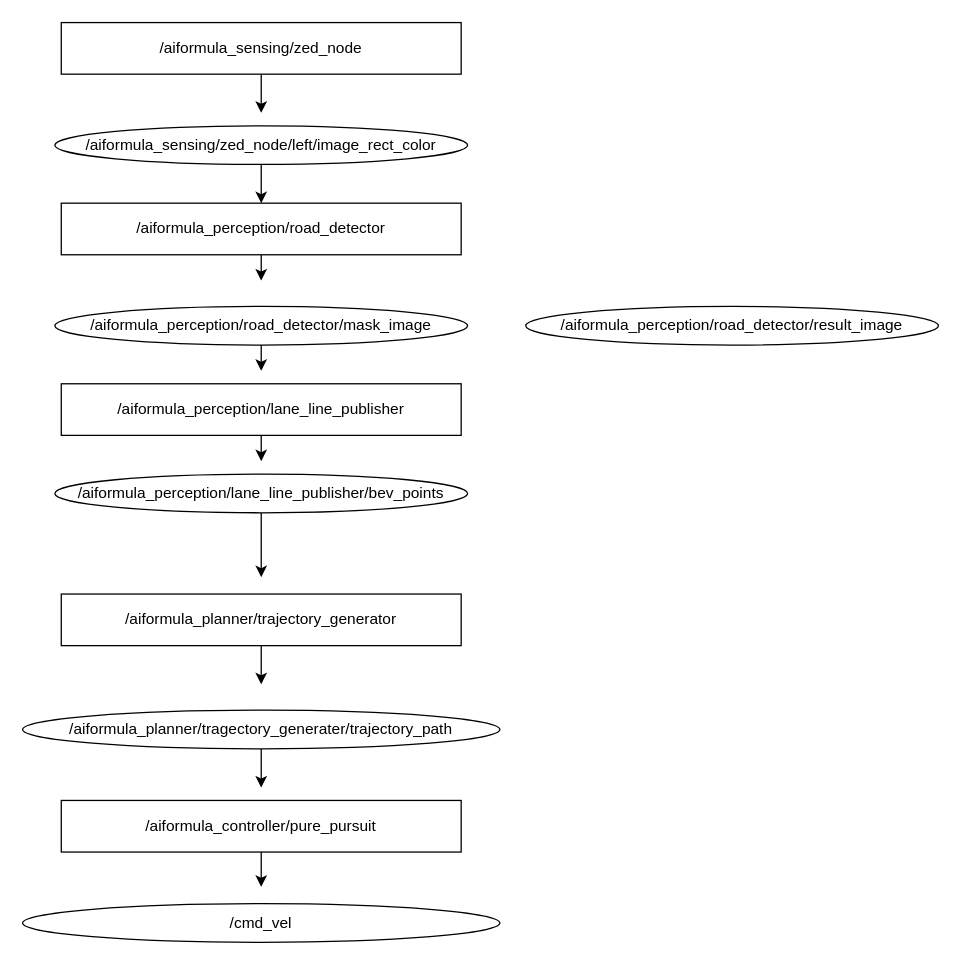
This is documents/system_architecture.drawio from aiformula-support/aiformula_common, a draw.io file, before an edit. Source tidied: cells renumbered, new cells numbered last; positions are measured from the earlier drawing's top-left corner, leaving out a move shared by most shapes. Both pictures are drawn from the tidied source at 129%, with x=0, y=0 at pixel (22, 22).
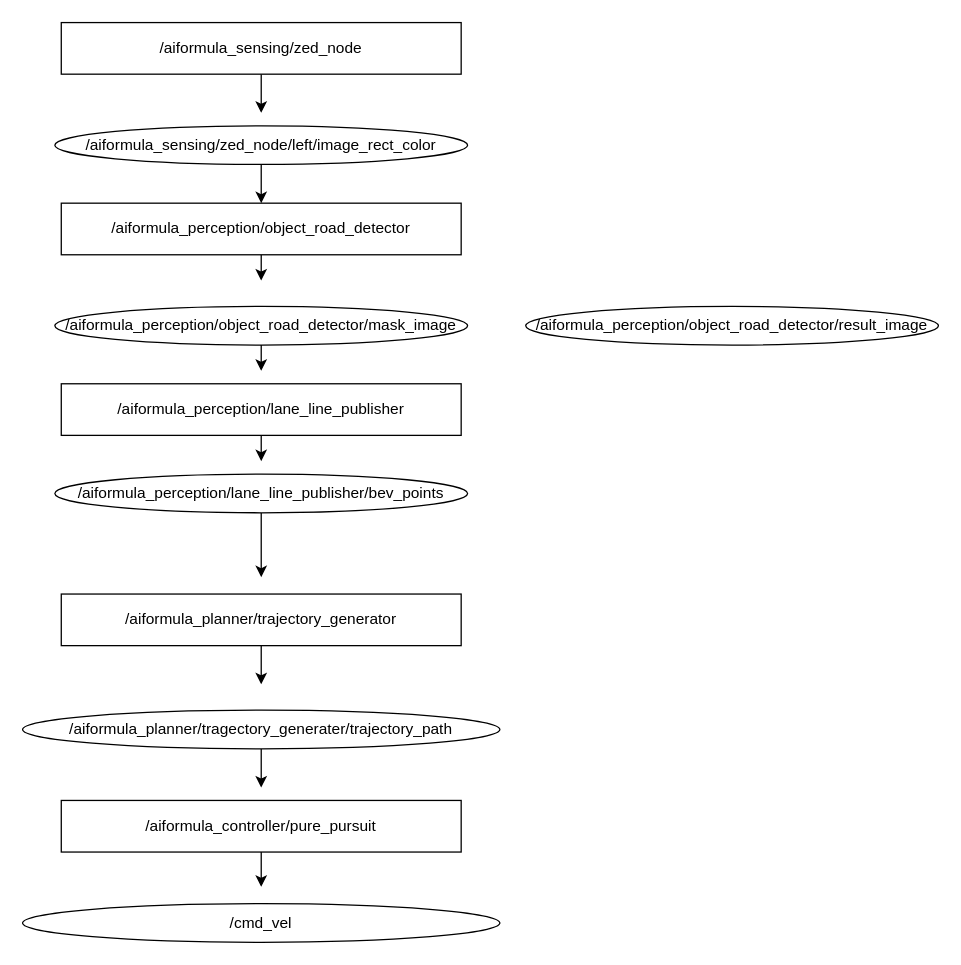
The same page after the edit.

Diff of the diagram source:
```diff
@@
-    <mxCell id="5" value="/aiformula_perception/road_detector" style="whiteSpace=wrap;html=1;" parent="1" vertex="1">
+    <mxCell id="5" value="/aiformula_perception/object_road_detector" style="whiteSpace=wrap;html=1;" parent="1" vertex="1">
       <mxGeometry x="30" y="140" width="310" height="40" as="geometry" />
     </mxCell>
@@
-    <mxCell id="10" value="/aiformula_perception/road_detector/result_image" style="ellipse;whiteSpace=wrap;html=1;" parent="1" vertex="1">
+    <mxCell id="10" value="/aiformula_perception/object_road_detector/result_image" style="ellipse;whiteSpace=wrap;html=1;" parent="1" vertex="1">
       <mxGeometry x="390" y="220" width="320" height="30" as="geometry" />
     </mxCell>
@@
-    <mxCell id="12" value="/aiformula_perception/road_detector/mask_image" style="ellipse;whiteSpace=wrap;html=1;" parent="1" vertex="1">
+    <mxCell id="12" value="/aiformula_perception/object_road_detector/mask_image" style="ellipse;whiteSpace=wrap;html=1;" parent="1" vertex="1">
       <mxGeometry x="25" y="220" width="320" height="30" as="geometry" />
     </mxCell>
```
